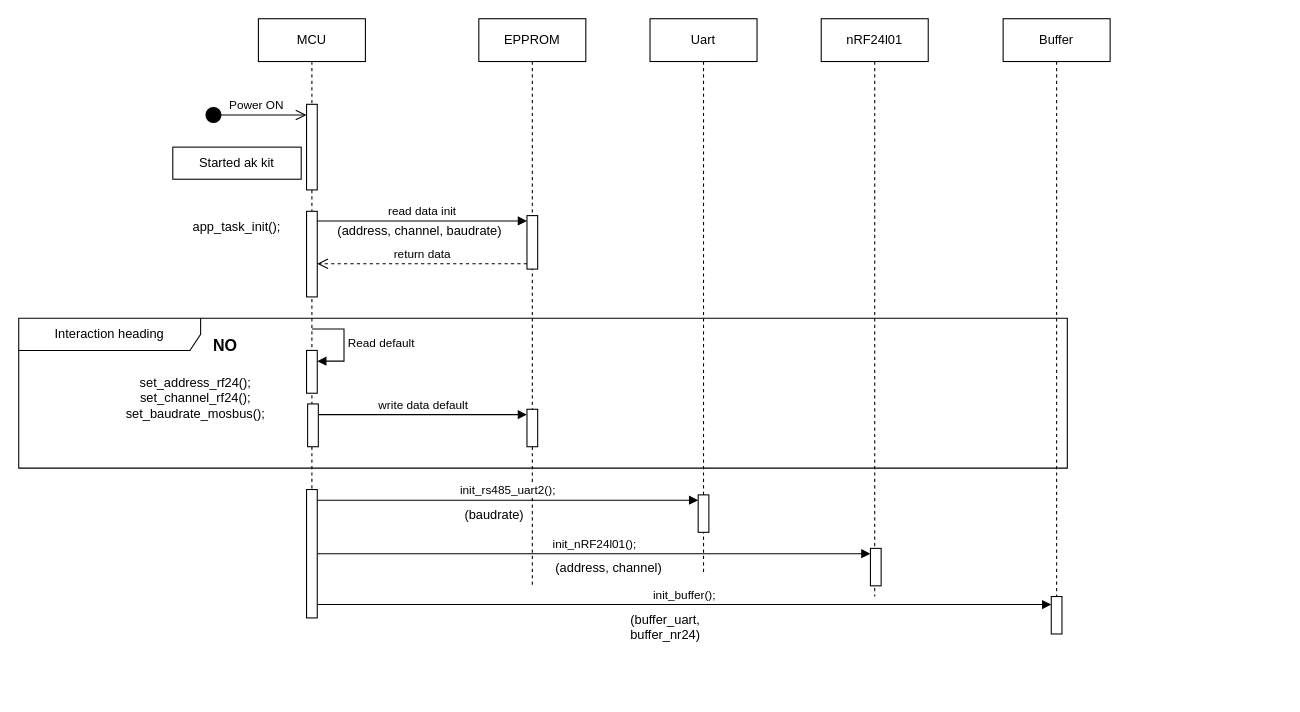
This is page "init_data_on_flash" (1 of 2) of Sequence_wireless_rs485.drawio from QuocBuu/drawio, a draw.io file, before an edit. Source tidied: cells renumbered, new cells numbered last; positions are measured from the earlier drawing's top-left corner, leaving out a move shared by most shapes. Both pictures are drawn from the tidied source at 107%, with x=0, y=0 at pixel (18, 18).
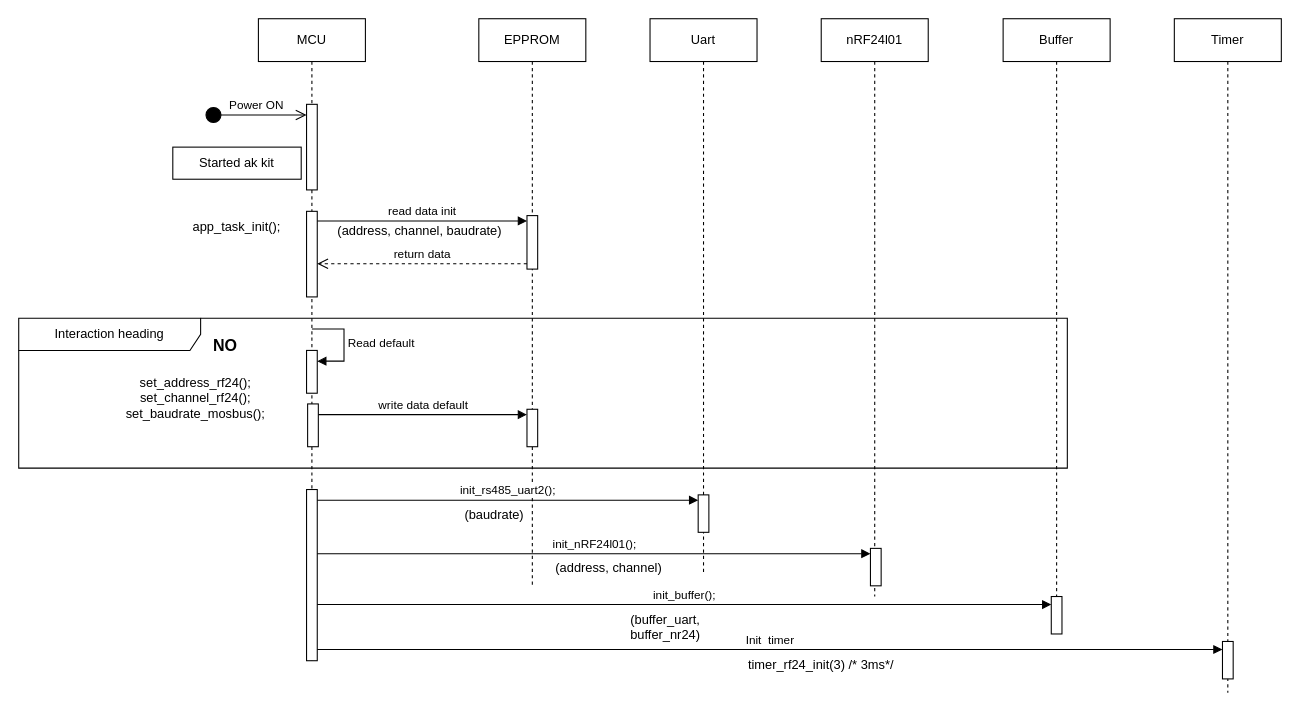
The same diagram, later.

Change to the diagram source:
```diff
@@
     <mxCell id="2" value="MCU" style="shape=umlLifeline;perimeter=lifelinePerimeter;whiteSpace=wrap;html=1;newEdgeStyle={&quot;curved&quot;:0,&quot;rounded&quot;:0};" parent="1" vertex="1">
-      <mxGeometry x="224" width="100" height="560" as="geometry" />
+      <mxGeometry x="224" width="100" height="600" as="geometry" />
     </mxCell>
@@
     <mxCell id="7" style="html=1;points=[[0,0,0,0,5],[0,1,0,0,-5],[1,0,0,0,5],[1,1,0,0,-5]];perimeter=orthogonalPerimeter;outlineConnect=0;targetShapes=umlLifeline;portConstraint=eastwest;newEdgeStyle={&quot;curved&quot;:0,&quot;rounded&quot;:0};" parent="2" vertex="1">
-      <mxGeometry x="45" y="440" width="10" height="120" as="geometry" />
+      <mxGeometry x="45" y="440" width="10" height="160" as="geometry" />
     </mxCell>
@@
+    <mxCell id="34" value="Timer" style="shape=umlLifeline;perimeter=lifelinePerimeter;whiteSpace=wrap;html=1;newEdgeStyle={&quot;curved&quot;:0,&quot;rounded&quot;:0};" parent="1" vertex="1">
+      <mxGeometry x="1080" width="100" height="630" as="geometry" />
+    </mxCell>
+    <mxCell id="35" style="html=1;perimeter=orthogonalPerimeter;targetShapes=umlLifeline;newEdgeStyle={&quot;curved&quot;:0,&quot;rounded&quot;:0};" parent="1" vertex="1">
+      <mxGeometry x="1125" y="582" width="10" height="35" as="geometry" />
+    </mxCell>
+    <mxCell id="36" value="Init&amp;nbsp; timer " style="html=1;verticalAlign=bottom;endArrow=block;curved=0;rounded=0;entryX=0;entryY=0;entryDx=0;entryDy=5;" parent="1" edge="1" source="7">
+      <mxGeometry relative="1" as="geometry">
+        <mxPoint x="1125" y="589.5" as="targetPoint" />
+      </mxGeometry>
+    </mxCell>
+    <mxCell id="37" value="timer_rf24_init(3) /* 3ms*/" style="text;whiteSpace=wrap;html=1;" parent="1" vertex="1">
+      <mxGeometry x="680" y="589.5" width="170" height="20" as="geometry" />
+    </mxCell>
```
